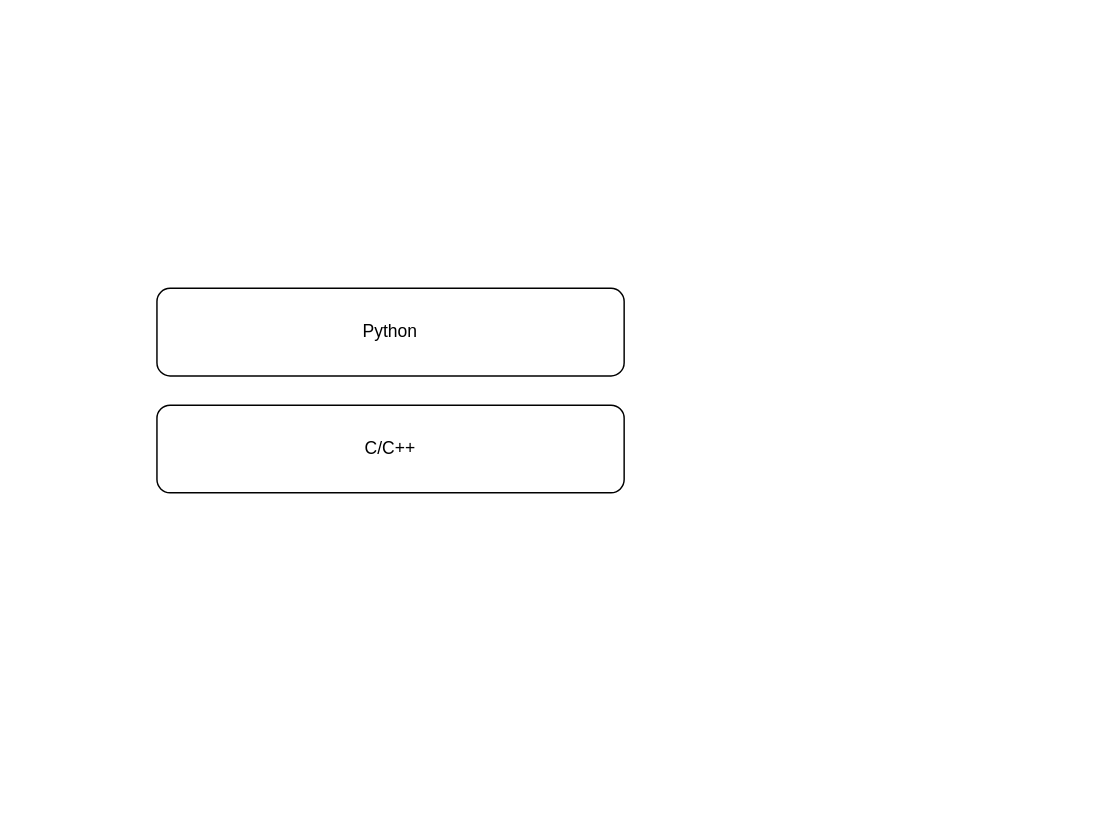
DanielCxh/openql keeps this draw.io diagram as OpenQL.drawio. Above is the earlier version. Source tidied: cells renumbered, new cells numbered last; positions are measured from the earlier drawing's top-left corner, leaving out a move shared by most shapes. Both pictures are drawn from the tidied source at 146%, with x=0, y=0 at pixel (156, 288).
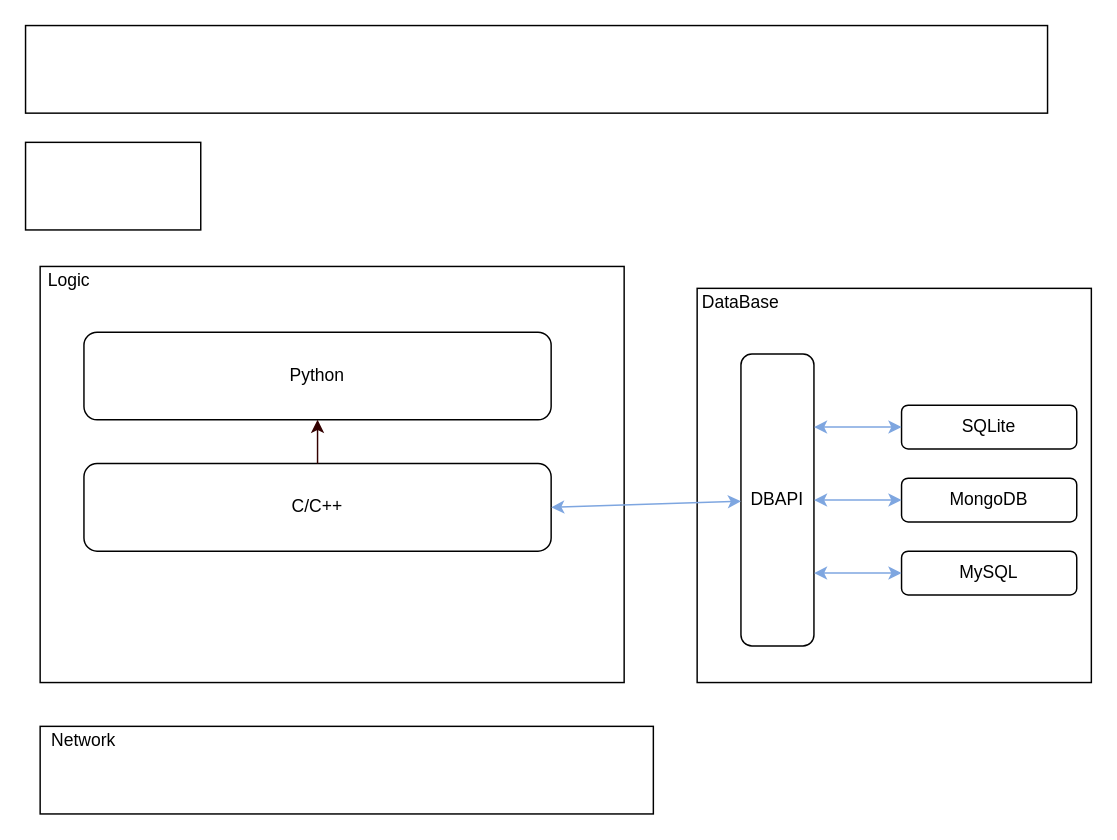
The same diagram, later.

What changed in the source:
```diff
@@
+    <mxCell id="4" style="rounded=0;whiteSpace=wrap;html=1;fillColor=none;" parent="1" vertex="1">
+      <mxGeometry x="-80" y="-15" width="400" height="285" as="geometry" />
+    </mxCell>
     <mxCell id="2" value="Python" style="rounded=1;whiteSpace=wrap;html=1;" parent="1" vertex="1">
-      <mxGeometry width="320" height="60" as="geometry" />
+      <mxGeometry x="-50" y="30" width="320" height="60" as="geometry" />
     </mxCell>
     <mxCell id="3" value="C/C++" style="rounded=1;whiteSpace=wrap;html=1;" parent="1" vertex="1">
-      <mxGeometry y="80" width="320" height="60" as="geometry" />
+      <mxGeometry x="-50" y="120" width="320" height="60" as="geometry" />
     </mxCell>
+    <mxCell id="5" style="whiteSpace=wrap;html=1;fillColor=none;" parent="1" vertex="1">
+      <mxGeometry x="370" width="270" height="270" as="geometry" />
+    </mxCell>
+    <mxCell id="6" value="DataBase" style="text;html=1;strokeColor=none;fillColor=none;align=center;verticalAlign=middle;whiteSpace=wrap;rounded=0;" parent="1" vertex="1">
+      <mxGeometry x="370" width="60" height="20" as="geometry" />
+    </mxCell>
+    <mxCell id="7" value="DBAPI" style="rounded=1;whiteSpace=wrap;html=1;fillColor=none;" parent="1" vertex="1">
+      <mxGeometry x="400" y="45" width="50" height="200" as="geometry" />
+    </mxCell>
+    <mxCell id="8" value="SQLite" style="rounded=1;whiteSpace=wrap;html=1;fillColor=none;" parent="1" vertex="1">
+      <mxGeometry x="510" y="80" width="120" height="30" as="geometry" />
+    </mxCell>
+    <mxCell id="9" value="MongoDB" style="rounded=1;whiteSpace=wrap;html=1;fillColor=none;" parent="1" vertex="1">
+      <mxGeometry x="510" y="130" width="120" height="30" as="geometry" />
+    </mxCell>
+    <mxCell id="10" value="MySQL" style="rounded=1;whiteSpace=wrap;html=1;fillColor=none;" parent="1" vertex="1">
+      <mxGeometry x="510" y="180" width="120" height="30" as="geometry" />
+    </mxCell>
+    <mxCell id="11" style="endArrow=classic;startArrow=classic;html=1;exitX=1;exitY=0.25;exitDx=0;exitDy=0;entryX=0;entryY=0.5;entryDx=0;entryDy=0;strokeColor=#7EA6E0;" parent="1" edge="1" source="7" target="8">
+      <mxGeometry relative="1" as="geometry" />
+    </mxCell>
+    <mxCell id="12" style="endArrow=classic;startArrow=classic;html=1;strokeColor=#7EA6E0;exitX=1;exitY=0.5;exitDx=0;exitDy=0;entryX=0;entryY=0.5;entryDx=0;entryDy=0;" parent="1" edge="1" source="7" target="9">
+      <mxGeometry relative="1" as="geometry" />
+    </mxCell>
+    <mxCell id="13" style="endArrow=classic;startArrow=classic;html=1;strokeColor=#7EA6E0;exitX=1;exitY=0.75;exitDx=0;exitDy=0;" parent="1" edge="1" source="7" target="10">
+      <mxGeometry relative="1" as="geometry" />
+    </mxCell>
+    <mxCell id="14" style="endArrow=classic;startArrow=classic;html=1;strokeColor=#7EA6E0;exitX=1;exitY=0.5;exitDx=0;exitDy=0;" parent="1" edge="1" source="3" target="7">
+      <mxGeometry relative="1" as="geometry" />
+    </mxCell>
+    <mxCell id="15" style="endArrow=classic;html=1;strokeColor=#330000;exitX=0.5;exitY=0;exitDx=0;exitDy=0;" parent="1" edge="1" source="3" target="2">
+      <mxGeometry relative="1" as="geometry" />
+    </mxCell>
+    <mxCell id="16" style="rounded=0;whiteSpace=wrap;html=1;fillColor=none;" parent="1" vertex="1">
+      <mxGeometry x="-90" y="-180" width="700" height="60" as="geometry" />
+    </mxCell>
+    <mxCell id="17" style="rounded=0;whiteSpace=wrap;html=1;fillColor=none;" parent="1" vertex="1">
+      <mxGeometry x="-80" y="300" width="420" height="60" as="geometry" />
+    </mxCell>
+    <mxCell id="18" value="Network" style="text;html=1;strokeColor=none;fillColor=none;align=center;verticalAlign=middle;whiteSpace=wrap;rounded=0;" parent="1" vertex="1">
+      <mxGeometry x="-80" y="300" width="60" height="20" as="geometry" />
+    </mxCell>
+    <mxCell id="19" style="rounded=0;whiteSpace=wrap;html=1;fillColor=none;" parent="1" vertex="1">
+      <mxGeometry x="-90" y="-100" width="120" height="60" as="geometry" />
+    </mxCell>
+    <mxCell id="20" value="Logic" style="text;html=1;strokeColor=none;fillColor=none;align=center;verticalAlign=middle;whiteSpace=wrap;rounded=0;" parent="1" vertex="1">
+      <mxGeometry x="-80" y="-15" width="40" height="20" as="geometry" />
+    </mxCell>
```
